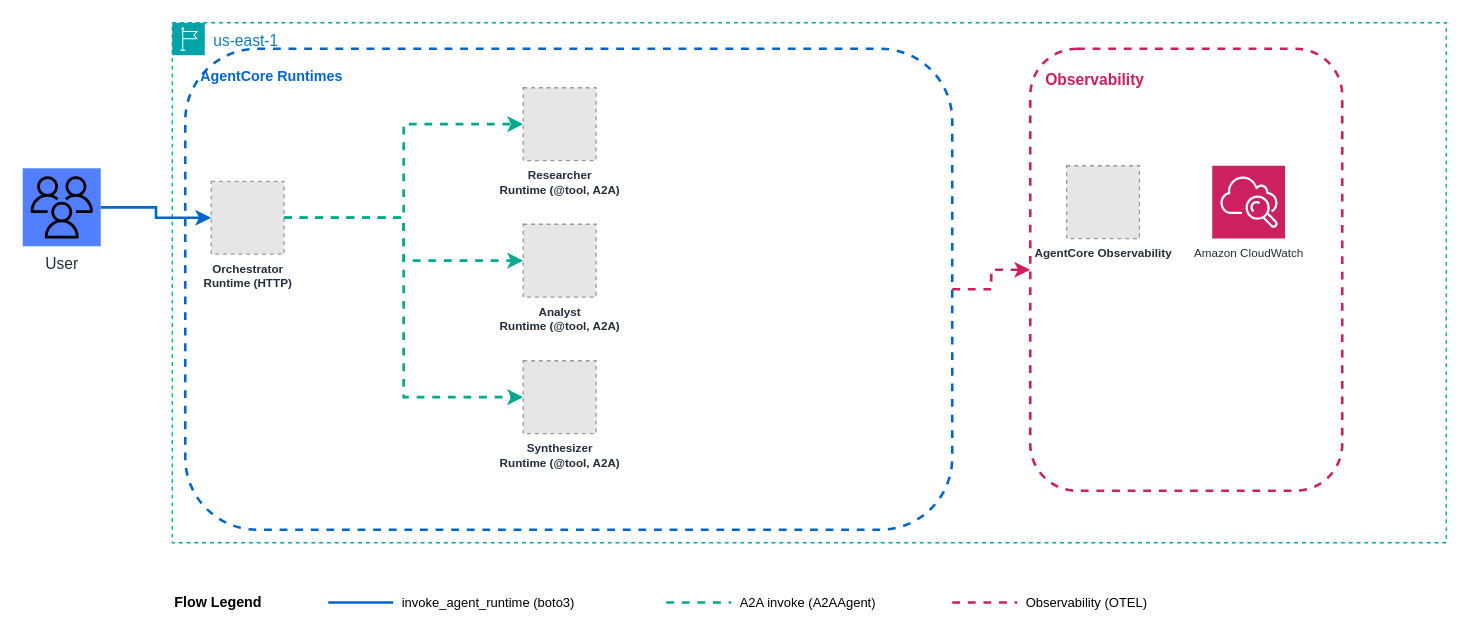
aws-samples/sample-multi-agent-systems-with-strands-workshop keeps this draw.io diagram as samples/07-agent-as-tool/production/architecture.drawio. Above is the earlier version. Source tidied: cells renumbered, new cells numbered last; positions are measured from the earlier drawing's top-left corner, leaving out a move shared by most shapes. Both pictures are drawn from the tidied source at 130%, with x=0, y=0 at pixel (22, 22). Pictures stored in the file or linked from it are replaced by grey dashed boxes.
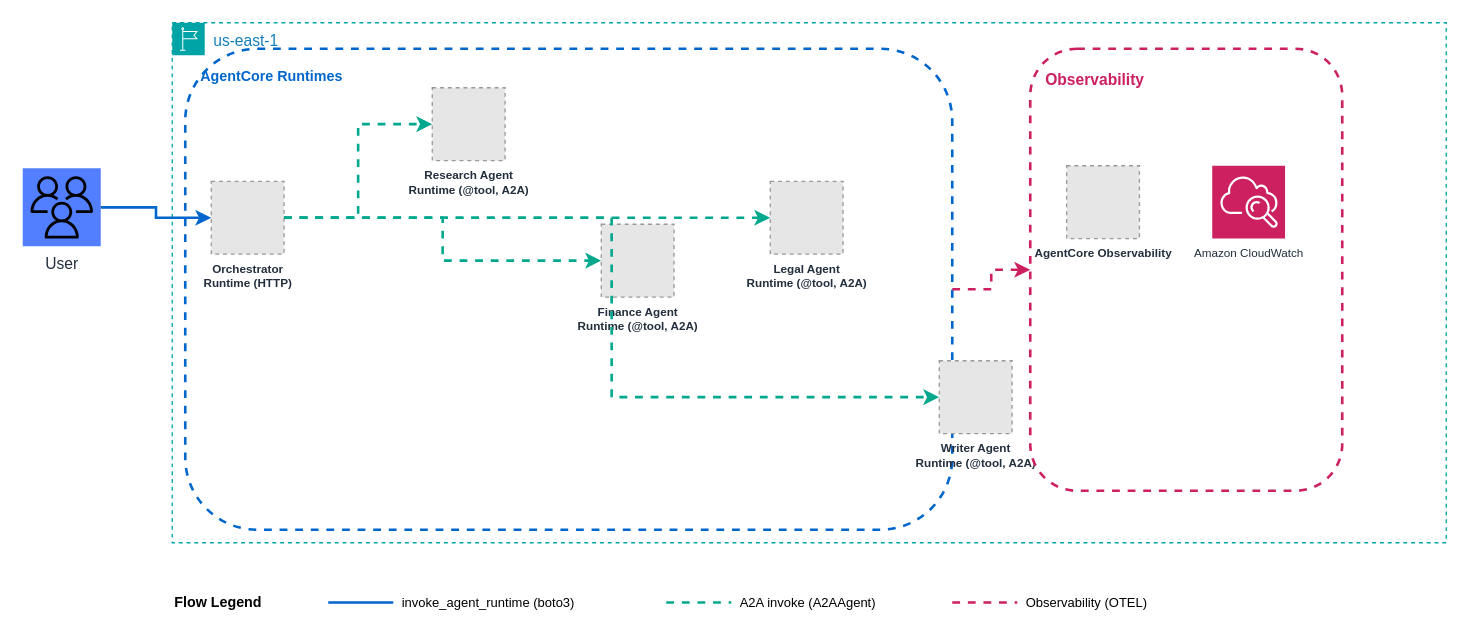
Above is the later version.

Unchanged cells that the change refers to:
```xml
<mxCell id="3" value="us-east-1" style="gradientColor=none;html=1;whiteSpace=wrap;fontSize=12;fontStyle=0;shape=mxgraph.aws4.group;grIcon=mxgraph.aws4.group_region;strokeColor=#00A4A6;fillColor=none;verticalAlign=top;align=left;spacingLeft=30;fontColor=#147EBA;dashed=1;" parent="1" vertex="1">
  <mxGeometry x="115" width="980" height="400" as="geometry" />
</mxCell>
<mxCell id="5" value="Orchestrator&lt;div&gt;Runtime (HTTP)&lt;/div&gt;" style="fillColor=#E6E6E6;strokeColor=#999999;dashed=1;html=1;verticalLabelPosition=bottom;labelBackgroundColor=none;verticalAlign=top;fontSize=9;fontStyle=1;fontColor=#232F3E;" parent="3" vertex="1">
  <mxGeometry x="30" y="122" width="56" height="56" as="geometry" />
</mxCell>
```

The edit, as a diff of the source:
```diff
@@
-    <mxCell id="6" value="Researcher&lt;div&gt;Runtime (@tool, A2A)&lt;/div&gt;" style="fillColor=#E6E6E6;strokeColor=#999999;dashed=1;html=1;verticalLabelPosition=bottom;labelBackgroundColor=none;verticalAlign=top;fontSize=9;fontStyle=1;fontColor=#232F3E;" parent="3" vertex="1">
-      <mxGeometry x="270" y="50" width="56" height="56" as="geometry" />
-    </mxCell>
-    <mxCell id="7" value="Analyst&lt;div&gt;Runtime (@tool, A2A)&lt;/div&gt;" style="fillColor=#E6E6E6;strokeColor=#999999;dashed=1;html=1;verticalLabelPosition=bottom;labelBackgroundColor=none;verticalAlign=top;fontSize=9;fontStyle=1;fontColor=#232F3E;" parent="3" vertex="1">
-      <mxGeometry x="270" y="155" width="56" height="56" as="geometry" />
-    </mxCell>
-    <mxCell id="8" value="Synthesizer&lt;div&gt;Runtime (@tool, A2A)&lt;/div&gt;" style="fillColor=#E6E6E6;strokeColor=#999999;dashed=1;html=1;verticalLabelPosition=bottom;labelBackgroundColor=none;verticalAlign=top;fontSize=9;fontStyle=1;fontColor=#232F3E;" parent="3" vertex="1">
-      <mxGeometry x="270" y="260" width="56" height="56" as="geometry" />
-    </mxCell>
+    <mxCell id="24" value="Research Agent&lt;div&gt;Runtime (@tool, A2A)&lt;/div&gt;" style="fillColor=#E6E6E6;strokeColor=#999999;dashed=1;html=1;verticalLabelPosition=bottom;labelBackgroundColor=none;verticalAlign=top;fontSize=9;fontStyle=1;fontColor=#232F3E;" parent="3" vertex="1">
+      <mxGeometry x="200" y="50" width="56" height="56" as="geometry" />
+    </mxCell>
+    <mxCell id="25" value="Finance Agent&lt;div&gt;Runtime (@tool, A2A)&lt;/div&gt;" style="fillColor=#E6E6E6;strokeColor=#999999;dashed=1;html=1;verticalLabelPosition=bottom;labelBackgroundColor=none;verticalAlign=top;fontSize=9;fontStyle=1;fontColor=#232F3E;" parent="3" vertex="1">
+      <mxGeometry x="330" y="155" width="56" height="56" as="geometry" />
+    </mxCell>
+    <mxCell id="26" value="Writer Agent&lt;div&gt;Runtime (@tool, A2A)&lt;/div&gt;" style="fillColor=#E6E6E6;strokeColor=#999999;dashed=1;html=1;verticalLabelPosition=bottom;labelBackgroundColor=none;verticalAlign=top;fontSize=9;fontStyle=1;fontColor=#232F3E;" parent="3" vertex="1">
+      <mxGeometry x="590" y="260" width="56" height="56" as="geometry" />
+    </mxCell>
@@
-    <mxCell id="13" style="edgeStyle=orthogonalEdgeStyle;rounded=0;jettySize=auto;html=1;strokeColor=#01A88D;strokeWidth=2;flowAnimation=1;dashed=1;exitX=1;exitY=0.5;exitDx=0;exitDy=0;entryX=0;entryY=0.5;entryDx=0;entryDy=0;" parent="3" edge="1" source="5" target="6">
+    <mxCell id="13" style="edgeStyle=orthogonalEdgeStyle;rounded=0;jettySize=auto;html=1;strokeColor=#01A88D;strokeWidth=2;flowAnimation=1;dashed=1;exitX=1;exitY=0.5;exitDx=0;exitDy=0;entryX=0;entryY=0.5;entryDx=0;entryDy=0;" parent="3" edge="1" source="5" target="24">
       <mxGeometry relative="1" as="geometry" />
     </mxCell>
-    <mxCell id="14" style="edgeStyle=orthogonalEdgeStyle;rounded=0;jettySize=auto;html=1;strokeColor=#01A88D;strokeWidth=2;flowAnimation=1;dashed=1;exitX=1;exitY=0.5;exitDx=0;exitDy=0;entryX=0;entryY=0.5;entryDx=0;entryDy=0;" parent="3" edge="1" source="5" target="7">
+    <mxCell id="14" style="edgeStyle=orthogonalEdgeStyle;rounded=0;jettySize=auto;html=1;strokeColor=#01A88D;strokeWidth=2;flowAnimation=1;dashed=1;exitX=1;exitY=0.5;exitDx=0;exitDy=0;entryX=0;entryY=0.5;entryDx=0;entryDy=0;" parent="3" edge="1" source="5" target="25">
       <mxGeometry relative="1" as="geometry" />
     </mxCell>
-    <mxCell id="15" style="edgeStyle=orthogonalEdgeStyle;rounded=0;jettySize=auto;html=1;strokeColor=#01A88D;strokeWidth=2;flowAnimation=1;dashed=1;exitX=1;exitY=0.5;exitDx=0;exitDy=0;entryX=0;entryY=0.5;entryDx=0;entryDy=0;" parent="3" edge="1" source="5" target="8">
+    <mxCell id="15" style="edgeStyle=orthogonalEdgeStyle;rounded=0;jettySize=auto;html=1;strokeColor=#01A88D;strokeWidth=2;flowAnimation=1;dashed=1;exitX=1;exitY=0.5;exitDx=0;exitDy=0;entryX=0;entryY=0.5;entryDx=0;entryDy=0;" parent="3" edge="1" source="5" target="26">
       <mxGeometry relative="1" as="geometry" />
     </mxCell>
@@
+    <mxCell id="27" value="Legal Agent&lt;div&gt;Runtime (@tool, A2A)&lt;/div&gt;" style="fillColor=#E6E6E6;strokeColor=#999999;dashed=1;html=1;verticalLabelPosition=bottom;labelBackgroundColor=none;verticalAlign=top;fontSize=9;fontStyle=1;fontColor=#232F3E;" parent="3" vertex="1">
+      <mxGeometry x="460" y="122" width="56" height="56" as="geometry" />
+    </mxCell>
+    <mxCell id="28" style="edgeStyle=orthogonalEdgeStyle;rounded=0;jettySize=auto;html=1;strokeColor=#01A88D;strokeWidth=2;flowAnimation=1;dashed=1;" parent="3" edge="1" source="5" target="27">
+      <mxGeometry relative="1" as="geometry" />
+    </mxCell>
```
